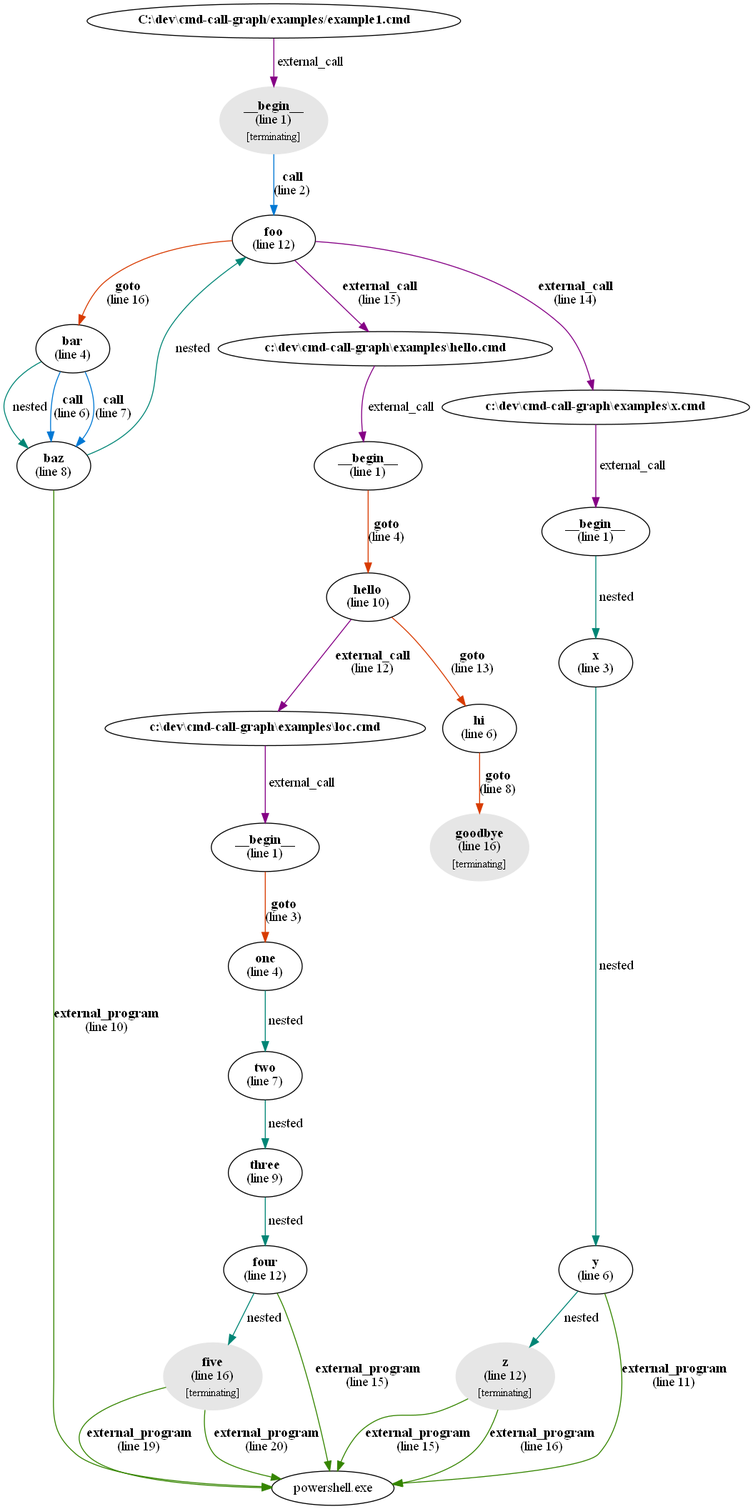
microsoft/cmd-call-graph keeps this Graphviz diagram as examples/example1.png. Above is the earlier version. Its source is kept beside it as examples/example1.dot.
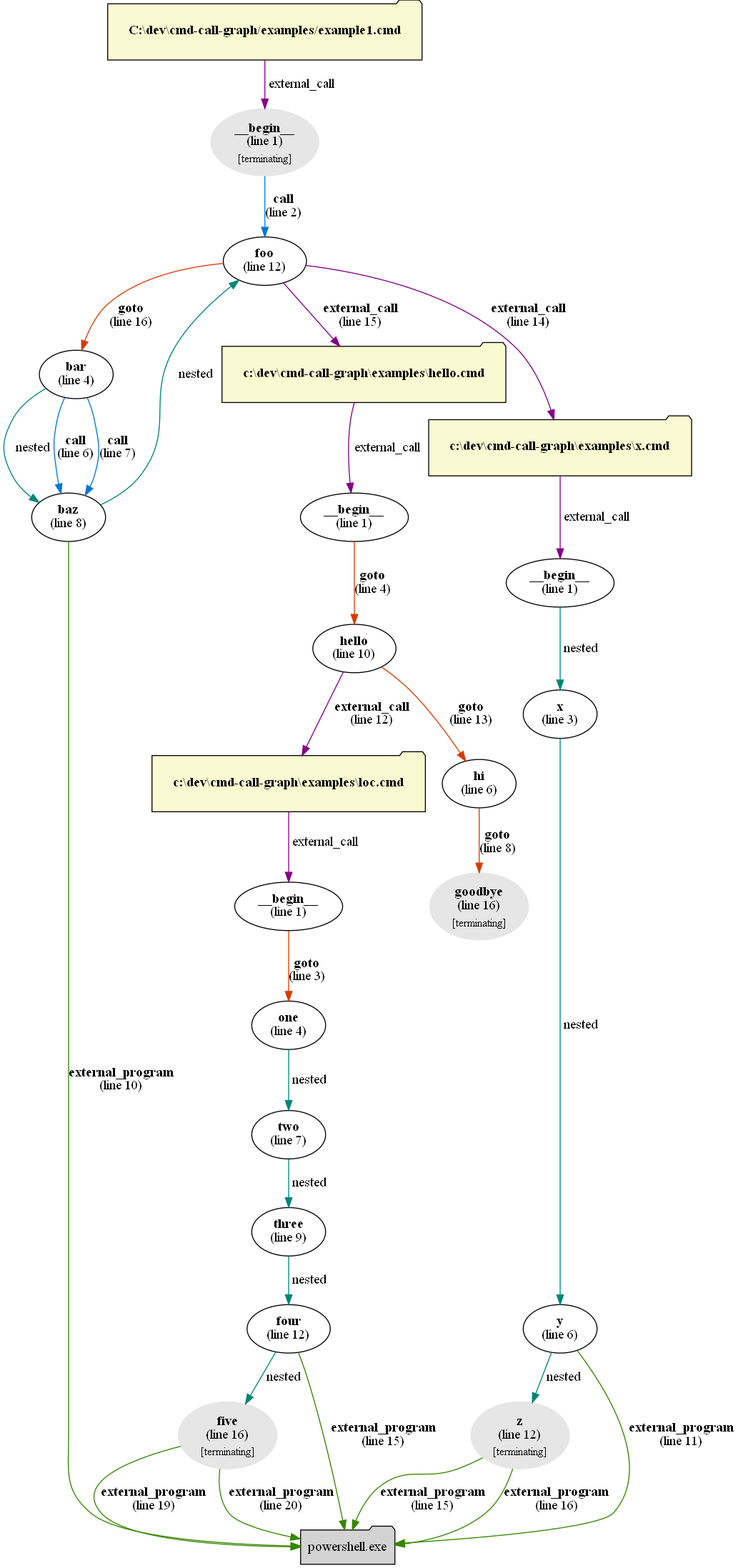
Above is the later version.

Commit message:
Render external scripts or programs with different shape; follow_calls flag now working.

The edit, as a diff of the source:
```diff
@@ -1,5 +1,5 @@
 digraph g {
-"C:\dev\cmd-call-graph/examples/example1.cmd" [label=<<b>C:\dev\cmd-call-graph/examples/example1.cmd</b>>]
+"C:\dev\cmd-call-graph/examples/example1.cmd" [style=filled,fillcolor=lightgoldenrodyellow,shape=folder,margin=.3,label=<<b>C:\dev\cmd-call-graph/examples/example1.cmd</b>>]
 "C:\dev\cmd-call-graph/examples/example1.cmd" -> "__begin__c:\dev\cmd-call-graph/examples/example1.cmd" [label=" external_call",color="#850085"]
 "__begin__c:\dev\cmd-call-graph/examples/example1.cmd" [color="#e6e6e6",style=filled,label=<<b>__begin__</b><br/>(line 1)<br/><sub>[terminating]</sub>>]
 "__begin__c:\dev\cmd-call-graph/examples/example1.cmd" -> "foo" [label=<<b>call</b><br />(line 2)>,color="#0078d4"]
@@ -9,6 +9,7 @@
 "bar" -> "baz" [label=" nested",color="#008575"]
 "baz" [label=<<b>baz</b><br/>(line 8)>]
 "baz" -> "foo" [label=" nested",color="#008575"]
+"powershell.exe" [style=filled,shape=folder]
 "baz" -> "powershell.exe" [label=<<b>external_program</b><br />(line 10)>,color="#358500"]
 "foo" [label=<<b>foo</b><br/>(line 12)>]
 "foo" -> "bar" [label=<<b>goto</b><br />(line 16)>,color="#d83b01"]
@@ -16,19 +17,22 @@
 "foo" -> "c:\dev\cmd-call-graph\examples\x.cmd" [label=<<b>external_call</b><br />(line 14)>,color="#850085"]
 "__begin__c:\dev\cmd-call-graph\examples\x.cmd" [label=<<b>__begin__</b><br/>(line 1)>]
 "__begin__c:\dev\cmd-call-graph\examples\x.cmd" -> "x" [label=" nested",color="#008575"]
-"c:\dev\cmd-call-graph\examples\x.cmd" [label=<<b>c:\dev\cmd-call-graph\examples\x.cmd</b>>]
+"c:\dev\cmd-call-graph\examples\x.cmd" [style=filled,fillcolor=lightgoldenrodyellow,shape=folder,margin=.3,label=<<b>c:\dev\cmd-call-graph\examples\x.cmd</b>>]
 "c:\dev\cmd-call-graph\examples\x.cmd" -> "__begin__c:\dev\cmd-call-graph\examples\x.cmd" [label=" external_call",color="#850085"]
 "x" [label=<<b>x</b><br/>(line 3)>]
 "x" -> "y" [label=" nested",color="#008575"]
 "y" [label=<<b>y</b><br/>(line 6)>]
+"powershell.exe" [style=filled,shape=folder]
 "y" -> "powershell.exe" [label=<<b>external_program</b><br />(line 11)>,color="#358500"]
 "y" -> "z" [label=" nested",color="#008575"]
 "z" [color="#e6e6e6",style=filled,label=<<b>z</b><br/>(line 12)<br/><sub>[terminating]</sub>>]
+"powershell.exe" [style=filled,shape=folder]
 "z" -> "powershell.exe" [label=<<b>external_program</b><br />(line 15)>,color="#358500"]
+"powershell.exe" [style=filled,shape=folder]
 "z" -> "powershell.exe" [label=<<b>external_program</b><br />(line 16)>,color="#358500"]
 "__begin__c:\dev\cmd-call-graph\examples\hello.cmd" [label=<<b>__begin__</b><br/>(line 1)>]
 "__begin__c:\dev\cmd-call-graph\examples\hello.cmd" -> "hello" [label=<<b>goto</b><br />(line 4)>,color="#d83b01"]
-"c:\dev\cmd-call-graph\examples\hello.cmd" [label=<<b>c:\dev\cmd-call-graph\examples\hello.cmd</b>>]
+"c:\dev\cmd-call-graph\examples\hello.cmd" [style=filled,fillcolor=lightgoldenrodyellow,shape=folder,margin=.3,label=<<b>c:\dev\cmd-call-graph\examples\hello.cmd</b>>]
 "c:\dev\cmd-call-graph\examples\hello.cmd" -> "__begin__c:\dev\cmd-call-graph\examples\hello.cmd" [label=" external_call",color="#850085"]
 "goodbye" [color="#e6e6e6",style=filled,label=<<b>goodbye</b><br/>(line 16)<br/><sub>[terminating]</sub>>]
 "hello" [label=<<b>hello</b><br/>(line 10)>]
@@ -38,13 +42,16 @@
 "hi" -> "goodbye" [label=<<b>goto</b><br />(line 8)>,color="#d83b01"]
 "__begin__c:\dev\cmd-call-graph\examples\loc.cmd" [label=<<b>__begin__</b><br/>(line 1)>]
 "__begin__c:\dev\cmd-call-graph\examples\loc.cmd" -> "one" [label=<<b>goto</b><br />(line 3)>,color="#d83b01"]
-"c:\dev\cmd-call-graph\examples\loc.cmd" [label=<<b>c:\dev\cmd-call-graph\examples\loc.cmd</b>>]
+"c:\dev\cmd-call-graph\examples\loc.cmd" [style=filled,fillcolor=lightgoldenrodyellow,shape=folder,margin=.3,label=<<b>c:\dev\cmd-call-graph\examples\loc.cmd</b>>]
 "c:\dev\cmd-call-graph\examples\loc.cmd" -> "__begin__c:\dev\cmd-call-graph\examples\loc.cmd" [label=" external_call",color="#850085"]
 "five" [color="#e6e6e6",style=filled,label=<<b>five</b><br/>(line 16)<br/><sub>[terminating]</sub>>]
+"powershell.exe" [style=filled,shape=folder]
 "five" -> "powershell.exe" [label=<<b>external_program</b><br />(line 19)>,color="#358500"]
+"powershell.exe" [style=filled,shape=folder]
 "five" -> "powershell.exe" [label=<<b>external_program</b><br />(line 20)>,color="#358500"]
 "four" [label=<<b>four</b><br/>(line 12)>]
 "four" -> "five" [label=" nested",color="#008575"]
+"powershell.exe" [style=filled,shape=folder]
 "four" -> "powershell.exe" [label=<<b>external_program</b><br />(line 15)>,color="#358500"]
 "one" [label=<<b>one</b><br/>(line 4)>]
 "one" -> "two" [label=" nested",color="#008575"]
```
